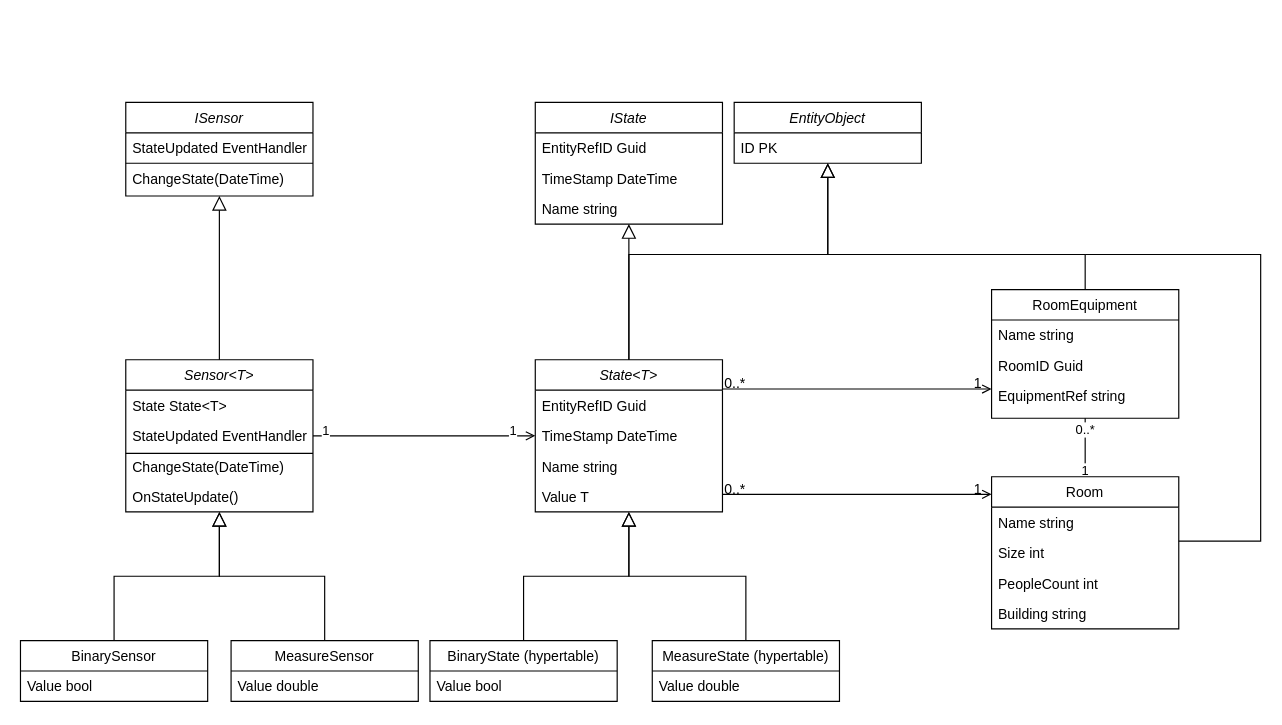
jku-win-se/teaching.ss22.prse.digitaltwin.team1 keeps this draw.io diagram as Doku/Models/UML-ClassDiagram.drawio. Above is the earlier version. Source tidied: cells renumbered, new cells numbered last; positions are measured from the earlier drawing's top-left corner, leaving out a move shared by most shapes. Both pictures are drawn from the tidied source at 117%, with x=0, y=0 at pixel (20, 102).
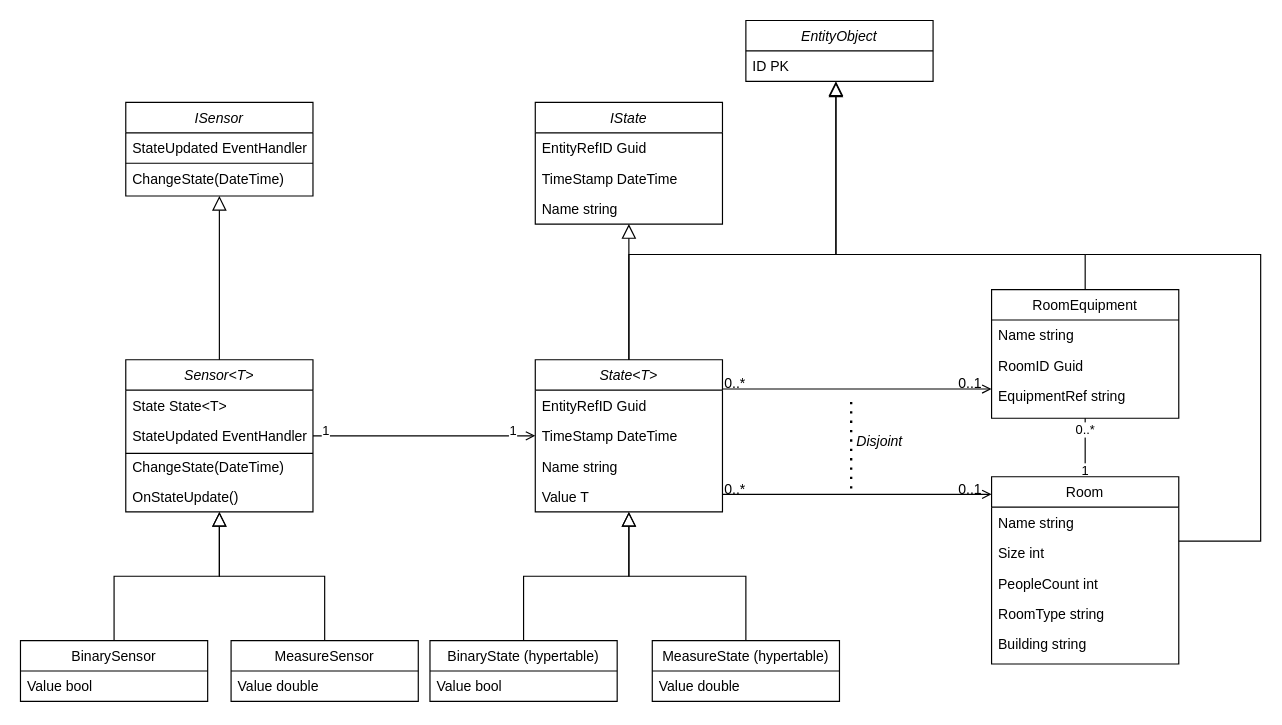
The same diagram, later.

Commit message (it also covers changes not shown here):
improved class diagramm #56

Unchanged cells that the change refers to:
```xml
<mxCell id="2" value="State&lt;T&gt;" style="swimlane;fontStyle=2;align=center;verticalAlign=top;horizontal=1;startSize=26;rounded=0;shadow=0;strokeWidth=1;" parent="1" vertex="1">
  <mxGeometry x="440" y="220" width="160" height="130" as="geometry" />
</mxCell>
<mxCell id="13" value="RoomEquipment" style="swimlane;fontStyle=0;align=center;verticalAlign=top;horizontal=1;startSize=26;rounded=0;shadow=0;strokeWidth=1;" parent="1" vertex="1">
  <mxGeometry x="830" y="160" width="160" height="110" as="geometry" />
</mxCell>
<mxCell id="17" style="endArrow=open;shadow=0;strokeWidth=1;rounded=0;endFill=0;edgeStyle=elbowEdgeStyle;elbow=vertical;" parent="1" edge="1" source="2" target="13">
  <mxGeometry x="0.5" y="41" relative="1" as="geometry">
    <mxPoint x="-40" y="32" as="offset" />
  </mxGeometry>
</mxCell>
<mxCell id="28" style="endArrow=open;shadow=0;strokeWidth=1;rounded=0;endFill=0;edgeStyle=elbowEdgeStyle;elbow=vertical;" parent="1" edge="1" source="2" target="23">
  <mxGeometry x="0.5" y="41" relative="1" as="geometry">
    <mxPoint x="-40" y="32" as="offset" />
  </mxGeometry>
</mxCell>
<mxCell id="32" value="ID PK" style="text;align=left;verticalAlign=top;spacingLeft=4;spacingRight=4;overflow=hidden;points=[[0,0.5],[1,0.5]];portConstraint=eastwest;" parent="31" vertex="1">
  <mxGeometry y="26" width="160" height="26" as="geometry" />
</mxCell>
```

Diff of the diagram source:
```diff
@@
-    <mxCell id="19" value="1" style="align=right;verticalAlign=bottom;labelBackgroundColor=none;fontSize=12;" parent="17" vertex="1">
+    <mxCell id="19" value="0..1" style="align=right;verticalAlign=bottom;labelBackgroundColor=none;fontSize=12;" parent="17" vertex="1">
       <mxGeometry x="1" relative="1" as="geometry">
         <mxPoint x="-7" y="4" as="offset" />
       </mxGeometry>
     </mxCell>
@@
     <mxCell id="23" value="Room" style="swimlane;fontStyle=0;align=center;verticalAlign=top;horizontal=1;startSize=26;rounded=0;shadow=0;strokeWidth=1;" parent="1" vertex="1">
-      <mxGeometry x="830" y="320" width="160" height="130" as="geometry" />
+      <mxGeometry x="830" y="320" width="160" height="160" as="geometry" />
     </mxCell>
@@
-    <mxCell id="27" value="Building string" style="text;align=left;verticalAlign=top;spacingLeft=4;spacingRight=4;overflow=hidden;rounded=0;shadow=0;html=0;" parent="23" vertex="1">
+    <mxCell id="27" value="RoomType string   " style="text;align=left;verticalAlign=top;spacingLeft=4;spacingRight=4;overflow=hidden;rounded=0;shadow=0;html=0;" parent="23" vertex="1">
       <mxGeometry y="104" width="160" height="26" as="geometry" />
     </mxCell>
+    <mxCell id="61" value="Building string   " style="text;align=left;verticalAlign=top;spacingLeft=4;spacingRight=4;overflow=hidden;rounded=0;shadow=0;html=0;" parent="23" vertex="1">
+      <mxGeometry y="130" width="160" height="26" as="geometry" />
+    </mxCell>
@@
-    <mxCell id="30" value="1" style="align=right;verticalAlign=bottom;labelBackgroundColor=none;fontSize=12;" parent="28" vertex="1">
+    <mxCell id="30" value="0..1" style="align=right;verticalAlign=bottom;labelBackgroundColor=none;fontSize=12;" parent="28" vertex="1">
       <mxGeometry x="1" relative="1" as="geometry">
         <mxPoint x="-7" y="4" as="offset" />
       </mxGeometry>
     </mxCell>
     <mxCell id="31" value="EntityObject" style="swimlane;fontStyle=2;align=center;verticalAlign=top;horizontal=1;startSize=26;rounded=0;shadow=0;strokeWidth=1;" parent="1" vertex="1">
-      <mxGeometry x="610" width="160" height="52" as="geometry" />
+      <mxGeometry x="620" y="-70" width="160" height="52" as="geometry" />
     </mxCell>
@@
-    <mxCell id="33" style="endArrow=block;endSize=10;endFill=0;shadow=0;strokeWidth=1;rounded=0;edgeStyle=elbowEdgeStyle;elbow=vertical;" parent="1" edge="1" source="13" target="32">
+    <mxCell id="33" style="endArrow=block;endSize=10;endFill=0;shadow=0;strokeWidth=1;rounded=0;edgeStyle=elbowEdgeStyle;elbow=vertical;entryX=0.481;entryY=1;entryDx=0;entryDy=0;entryPerimeter=0;" parent="1" edge="1" source="13" target="32">
       <mxGeometry relative="1" as="geometry">
         <Array as="points">
           <mxPoint x="690" y="130" />
           <mxPoint x="790" y="100" />
           <mxPoint x="690" y="110" />
         </Array>
       </mxGeometry>
     </mxCell>
-    <mxCell id="34" style="endArrow=block;endSize=10;endFill=0;shadow=0;strokeWidth=1;rounded=0;edgeStyle=elbowEdgeStyle;elbow=vertical;exitX=0.5;exitY=0;exitDx=0;exitDy=0;" parent="1" edge="1" source="2" target="32">
+    <mxCell id="34" style="endArrow=block;endSize=10;endFill=0;shadow=0;strokeWidth=1;rounded=0;edgeStyle=elbowEdgeStyle;elbow=vertical;exitX=0.5;exitY=0;exitDx=0;exitDy=0;entryX=0.481;entryY=1.038;entryDx=0;entryDy=0;entryPerimeter=0;" parent="1" edge="1" source="2" target="32">
       <mxGeometry relative="1" as="geometry">
         <Array as="points">
           <mxPoint x="690" y="130" />
           <mxPoint x="690" y="100" />
           <mxPoint x="690" y="110" />
           <mxPoint x="690" y="70" />
           <mxPoint x="690" y="90" />
         </Array>
       </mxGeometry>
     </mxCell>
@@
+    <mxCell id="62" style="endArrow=none;dashed=1;html=1;dashPattern=1 3;strokeWidth=2;rounded=0;" parent="1" edge="1">
+      <mxGeometry relative="1" as="geometry">
+        <mxPoint x="710" y="330" as="sourcePoint" />
+        <mxPoint x="710" y="250" as="targetPoint" />
+      </mxGeometry>
+    </mxCell>
+    <mxCell id="63" value="&lt;i&gt;Disjoint&lt;/i&gt;" style="text;html=1;align=center;verticalAlign=middle;strokeColor=none;fillColor=none;" parent="1" vertex="1">
+      <mxGeometry x="709" y="280" width="50" height="20" as="geometry" />
+    </mxCell>
```
